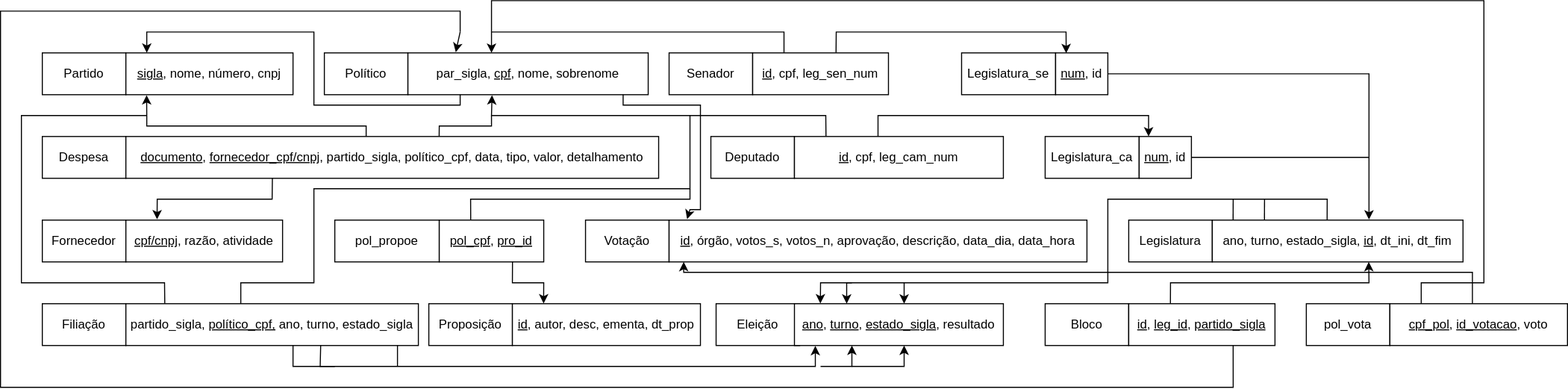
EnzoGuido1/Sistema-de-analise-de-dados-abertos keeps this draw.io diagram as Modelo Relacional.svg. Above is the earlier version. Source tidied: cells renumbered, new cells last; positions are measured from the earlier drawing's top-left corner, leaving out a move shared by most shapes.
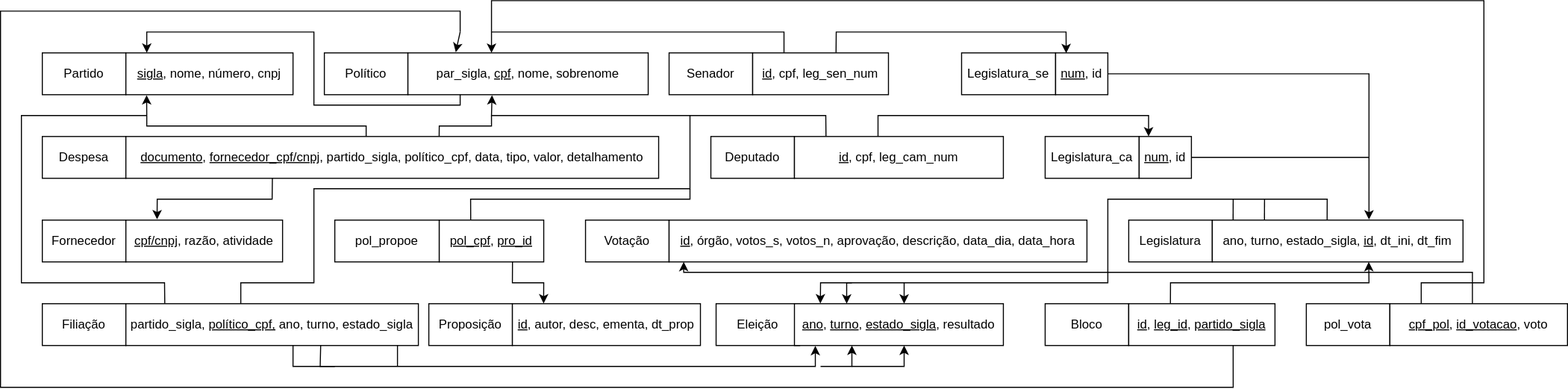
After the commit.

Commit message:
Modelo Relacional atualizado.

What changed in the source:
```diff
@@ -182,17 +182,6 @@
         </Array>
       </mxGeometry>
     </mxCell>
-    <mxCell id="40" style="endArrow=classic;html=1;rounded=0;entryX=0.043;entryY=-0.025;entryDx=0;entryDy=0;entryPerimeter=0;" parent="1" edge="1" target="28">
-      <mxGeometry relative="1" as="geometry">
-        <mxPoint x="596" y="90" as="sourcePoint" />
-        <Array as="points">
-          <mxPoint x="596" y="100" />
-          <mxPoint x="670" y="100" />
-          <mxPoint x="670" y="200" />
-          <mxPoint x="660" y="200" />
-        </Array>
-      </mxGeometry>
-    </mxCell>
     <mxCell id="41" value="Eleição" style="rounded=0;whiteSpace=wrap;html=1;" parent="1" vertex="1">
       <mxGeometry x="685" y="290" width="80" height="40" as="geometry" />
     </mxCell>
```
